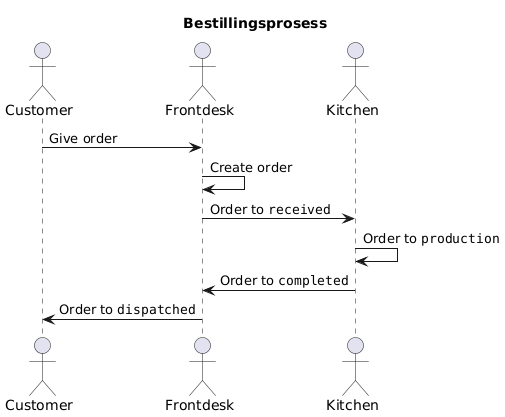
Kaffe-diem/kaffediem keeps this PlantUML diagram as docs/order.png. Above is the earlier version.
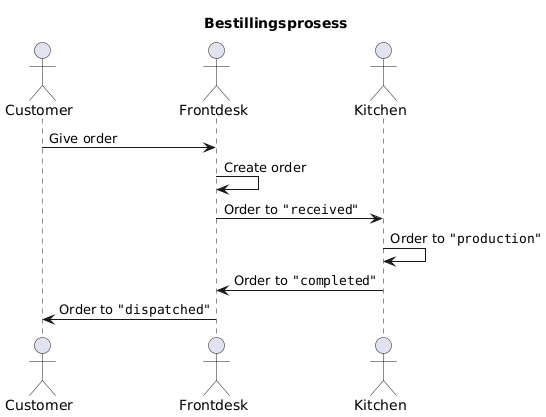
Later version of the same file.

Commit message:
Docs: update order diagram

The edit, as a diff of the source:
```diff
@@ -9,9 +9,9 @@
 
 customer -> frontdesk : Give order
 frontdesk -> frontdesk : Create order
-frontdesk -> kitchen : Order to ""received""
-kitchen -> kitchen : Order to ""production""
-kitchen -> frontdesk : Order to ""completed""
-frontdesk -> customer : Order to ""dispatched""
+frontdesk -> kitchen : Order to """received"""
+kitchen -> kitchen : Order to """production"""
+kitchen -> frontdesk : Order to """completed"""
+frontdesk -> customer : Order to """dispatched"""
 
 @enduml
```
